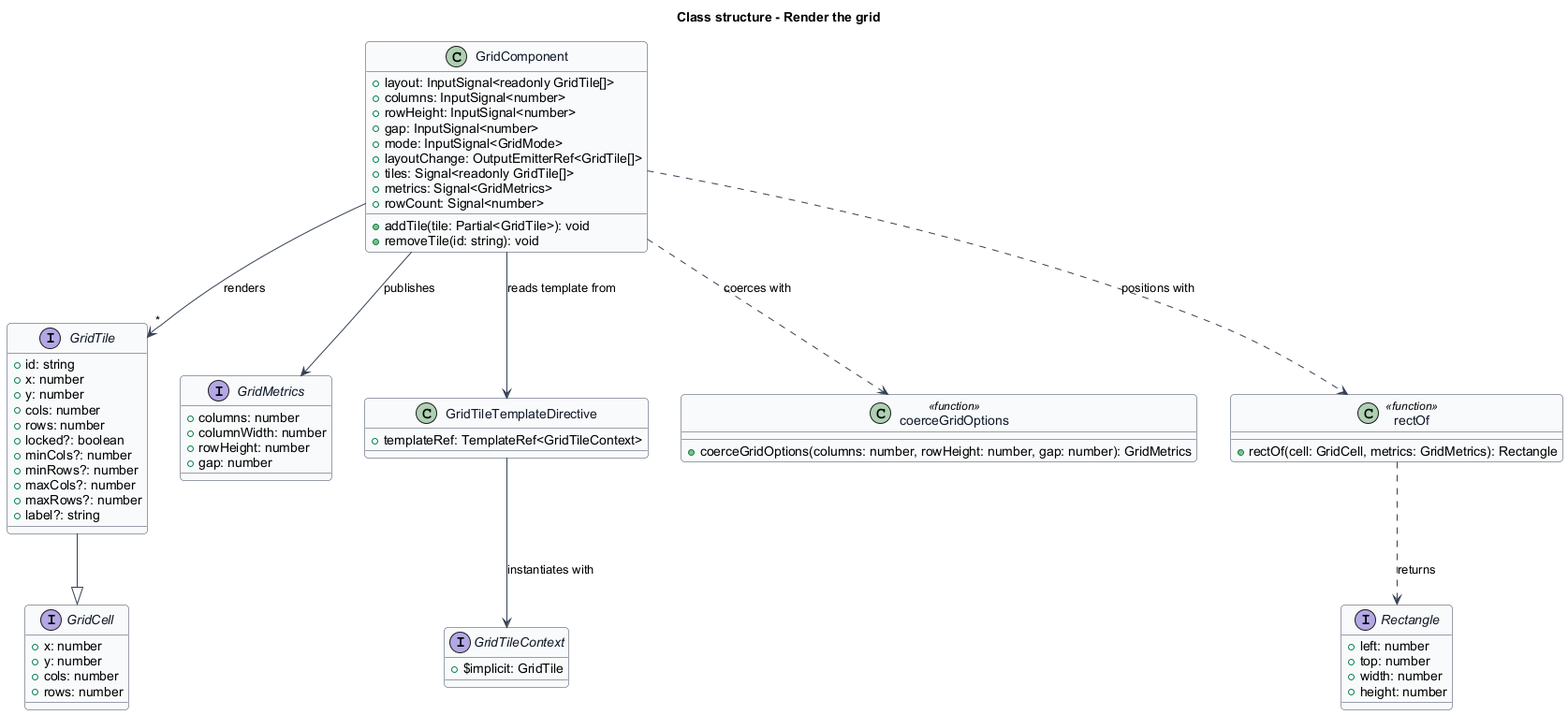
Before: docs/detailed-designs/grid-layout/render-grid/diagrams/class-structure.png, a diagram exported from PlantUML (QuinntyneBrown/qbc-grid).
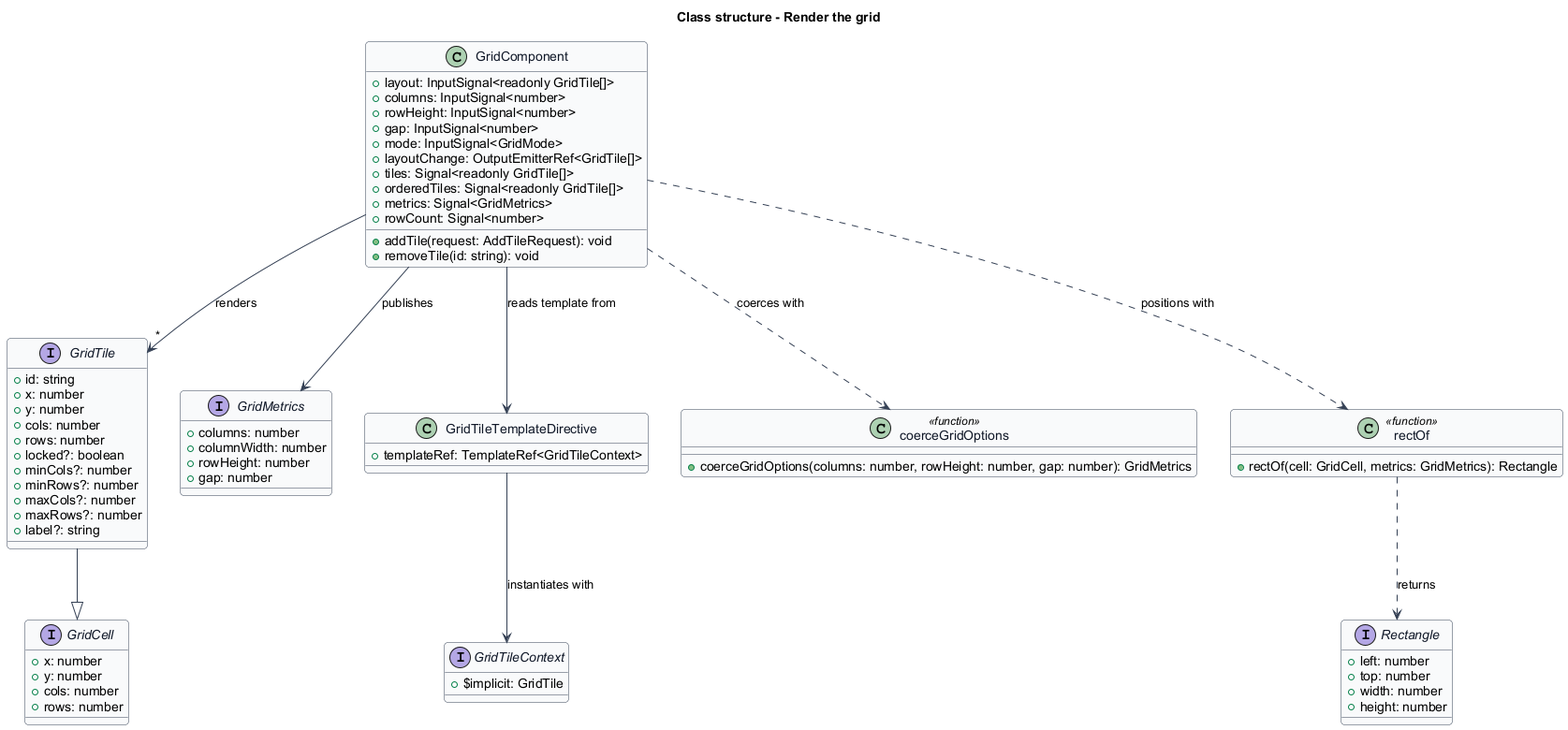
After the change.

Diff of the diagram source:
```diff
@@ -54,9 +54,10 @@
   +mode: InputSignal<GridMode>
   +layoutChange: OutputEmitterRef<GridTile[]>
   +tiles: Signal<readonly GridTile[]>
+  +orderedTiles: Signal<readonly GridTile[]>
   +metrics: Signal<GridMetrics>
   +rowCount: Signal<number>
-  +addTile(tile: Partial<GridTile>): void
+  +addTile(request: AddTileRequest): void
   +removeTile(id: string): void
 }
 
```
